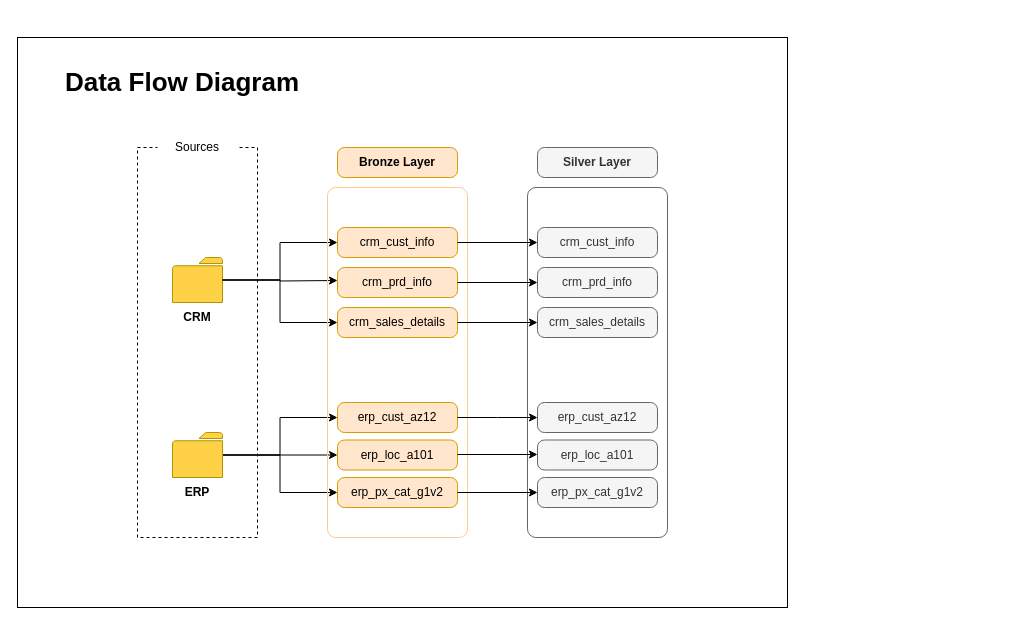
nandanmdata-byte/Sql_Data_WareHouse_Project keeps this draw.io diagram as docs/Data_Flow.drawio. Above is the earlier version. Source tidied: cells renumbered, new cells numbered last; positions are measured from the earlier drawing's top-left corner, leaving out a move shared by most shapes. Both pictures are drawn from the tidied source at 100%, with x=0, y=0 at pixel (17, 37).
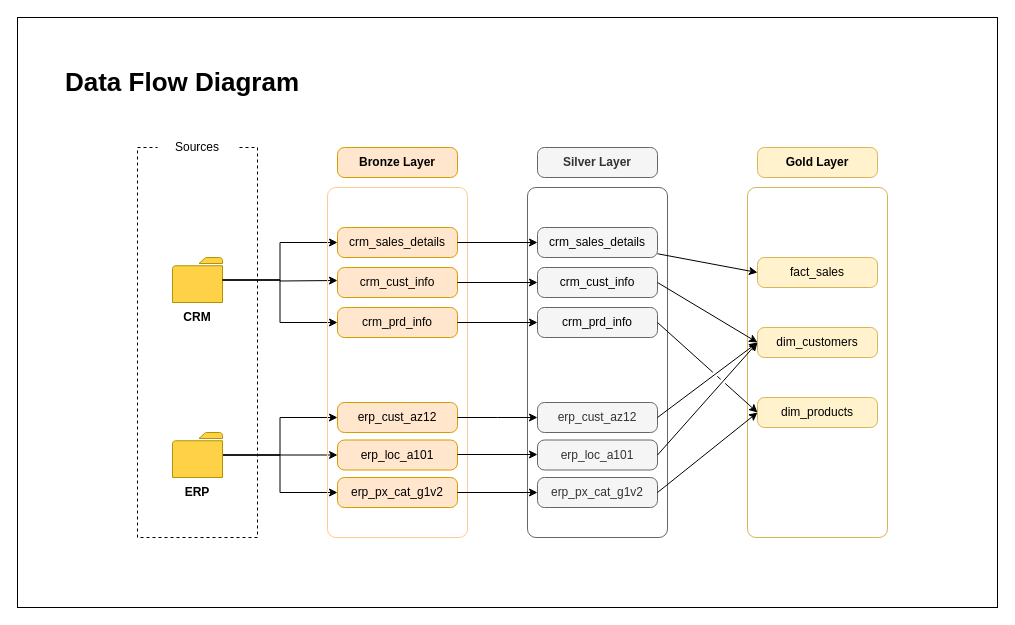
After the change.

Commit message (it also covers changes not shown here):
docs: Added data_model, data_integration_model and updated docs with new and polished diagrams

The change refers to these unchanged cells:
```xml
<mxCell id="15" style="group;" parent="1" vertex="1">
  <mxGeometry x="310" y="110" width="140" height="390" as="geometry" />
</mxCell>
<mxCell id="24" style="group;" parent="1" vertex="1">
  <mxGeometry x="510" y="110" width="140" height="390" as="geometry" />
</mxCell>
<mxCell id="30" value="erp_cust_az12" style="rounded=1;whiteSpace=wrap;html=1;arcSize=23;fillColor=#f5f5f5;strokeColor=#666666;fontColor=#333333;" parent="24" vertex="1">
  <mxGeometry x="10" y="255" width="120" height="30" as="geometry" />
</mxCell>
<mxCell id="31" value="erp_loc_a101" style="rounded=1;whiteSpace=wrap;html=1;arcSize=23;fillColor=#f5f5f5;strokeColor=#666666;fontColor=#333333;" parent="24" vertex="1">
  <mxGeometry x="10" y="292.5" width="120" height="30" as="geometry" />
</mxCell>
<mxCell id="32" value="erp_px_cat_g1v2" style="rounded=1;whiteSpace=wrap;html=1;arcSize=23;fillColor=#f5f5f5;strokeColor=#666666;fontColor=#333333;" parent="24" vertex="1">
  <mxGeometry x="10" y="330" width="120" height="30" as="geometry" />
</mxCell>
```

The edit, as a diff of the source:
```diff
@@
+    <mxCell id="40" style="rounded=0;whiteSpace=wrap;html=1;fillColor=none;" parent="1" vertex="1">
+      <mxGeometry y="-20" width="980" height="590" as="geometry" />
+    </mxCell>
@@
-    <mxCell id="18" value="crm_cust_info" style="rounded=1;whiteSpace=wrap;html=1;arcSize=23;fillColor=#ffe6cc;strokeColor=#d79b00;" parent="15" vertex="1">
+    <mxCell id="18" value="crm_sales_details" style="rounded=1;whiteSpace=wrap;html=1;arcSize=23;fillColor=#ffe6cc;strokeColor=#d79b00;" parent="15" vertex="1">
       <mxGeometry x="10" y="80" width="120" height="30" as="geometry" />
     </mxCell>
-    <mxCell id="19" value="crm_prd_info" style="rounded=1;whiteSpace=wrap;html=1;arcSize=23;fillColor=#ffe6cc;strokeColor=#d79b00;" parent="15" vertex="1">
+    <mxCell id="19" value="crm_cust_info" style="rounded=1;whiteSpace=wrap;html=1;arcSize=23;fillColor=#ffe6cc;strokeColor=#d79b00;" parent="15" vertex="1">
       <mxGeometry x="10" y="120" width="120" height="30" as="geometry" />
     </mxCell>
-    <mxCell id="20" value="crm_sales_details" style="rounded=1;whiteSpace=wrap;html=1;arcSize=23;fillColor=#ffe6cc;strokeColor=#d79b00;" parent="15" vertex="1">
+    <mxCell id="20" value="crm_prd_info" style="rounded=1;whiteSpace=wrap;html=1;arcSize=23;fillColor=#ffe6cc;strokeColor=#d79b00;" parent="15" vertex="1">
       <mxGeometry x="10" y="160" width="120" height="30" as="geometry" />
     </mxCell>
@@
-    <mxCell id="27" value="crm_cust_info" style="rounded=1;whiteSpace=wrap;html=1;arcSize=23;fillColor=#f5f5f5;strokeColor=#666666;fontColor=#333333;" parent="24" vertex="1">
+    <mxCell id="27" value="&lt;span style=&quot;color: rgb(0, 0, 0);&quot;&gt;crm_sales_details&lt;/span&gt;" style="rounded=1;whiteSpace=wrap;html=1;arcSize=23;fillColor=#f5f5f5;strokeColor=#666666;fontColor=#333333;" parent="24" vertex="1">
       <mxGeometry x="10" y="80" width="120" height="30" as="geometry" />
     </mxCell>
-    <mxCell id="28" value="crm_prd_info" style="rounded=1;whiteSpace=wrap;html=1;arcSize=23;fillColor=#f5f5f5;strokeColor=#666666;fontColor=#333333;" parent="24" vertex="1">
+    <mxCell id="28" value="&lt;span style=&quot;color: rgb(0, 0, 0);&quot;&gt;crm_cust_info&lt;/span&gt;" style="rounded=1;whiteSpace=wrap;html=1;arcSize=23;fillColor=#f5f5f5;strokeColor=#666666;fontColor=#333333;" parent="24" vertex="1">
       <mxGeometry x="10" y="120" width="120" height="30" as="geometry" />
     </mxCell>
-    <mxCell id="29" value="crm_sales_details" style="rounded=1;whiteSpace=wrap;html=1;arcSize=23;fillColor=#f5f5f5;strokeColor=#666666;fontColor=#333333;" parent="24" vertex="1">
+    <mxCell id="29" value="&lt;span style=&quot;color: rgb(0, 0, 0);&quot;&gt;crm_prd_info&lt;/span&gt;" style="rounded=1;whiteSpace=wrap;html=1;arcSize=23;fillColor=#f5f5f5;strokeColor=#666666;fontColor=#333333;" parent="24" vertex="1">
       <mxGeometry x="10" y="160" width="120" height="30" as="geometry" />
     </mxCell>
@@
-    <mxCell id="40" style="rounded=0;whiteSpace=wrap;html=1;fillColor=none;" parent="1" vertex="1">
-      <mxGeometry width="770" height="570" as="geometry" />
-    </mxCell>
+    <mxCell id="41" style="group;" parent="1" vertex="1">
+      <mxGeometry x="730" y="110" width="140" height="390" as="geometry" />
+    </mxCell>
+    <mxCell id="42" style="rounded=1;whiteSpace=wrap;html=1;arcSize=6;fillColor=none;strokeColor=#d6b656;" parent="41" vertex="1">
+      <mxGeometry y="40" width="140" height="350" as="geometry" />
+    </mxCell>
+    <mxCell id="43" value="&lt;b&gt;Gold Layer&lt;/b&gt;" style="rounded=1;whiteSpace=wrap;html=1;arcSize=23;fillColor=#fff2cc;strokeColor=#d6b656;" parent="41" vertex="1">
+      <mxGeometry x="10" width="120" height="30" as="geometry" />
+    </mxCell>
+    <mxCell id="44" value="fact_sales" style="rounded=1;whiteSpace=wrap;html=1;arcSize=23;fillColor=#fff2cc;strokeColor=#d6b656;" parent="41" vertex="1">
+      <mxGeometry x="10" y="110" width="120" height="30" as="geometry" />
+    </mxCell>
+    <mxCell id="45" value="dim_customers" style="rounded=1;whiteSpace=wrap;html=1;arcSize=23;fillColor=#fff2cc;strokeColor=#d6b656;" parent="41" vertex="1">
+      <mxGeometry x="10" y="180" width="120" height="30" as="geometry" />
+    </mxCell>
+    <mxCell id="46" value="dim_products" style="rounded=1;whiteSpace=wrap;html=1;arcSize=23;fillColor=#fff2cc;strokeColor=#d6b656;" parent="41" vertex="1">
+      <mxGeometry x="10" y="250" width="120" height="30" as="geometry" />
+    </mxCell>
+    <mxCell id="47" style="rounded=0;jettySize=auto;html=1;entryX=0;entryY=0.5;entryDx=0;entryDy=0;" parent="1" edge="1" source="27" target="44">
+      <mxGeometry relative="1" as="geometry" />
+    </mxCell>
+    <mxCell id="48" style="rounded=0;jettySize=auto;html=1;entryX=0;entryY=0.5;entryDx=0;entryDy=0;jumpStyle=gap;exitX=1;exitY=0.5;exitDx=0;exitDy=0;" parent="1" edge="1" source="28" target="45">
+      <mxGeometry relative="1" as="geometry" />
+    </mxCell>
+    <mxCell id="49" style="rounded=0;jettySize=auto;html=1;entryX=0;entryY=0.5;entryDx=0;entryDy=0;jumpStyle=gap;" parent="1" edge="1" source="30" target="45">
+      <mxGeometry relative="1" as="geometry">
+        <Array as="points">
+          <mxPoint x="640" y="380" />
+        </Array>
+      </mxGeometry>
+    </mxCell>
+    <mxCell id="50" style="rounded=0;jettySize=auto;html=1;entryX=0;entryY=0.5;entryDx=0;entryDy=0;exitX=1;exitY=0.5;exitDx=0;exitDy=0;jumpStyle=gap;" parent="1" edge="1" source="31" target="45">
+      <mxGeometry relative="1" as="geometry" />
+    </mxCell>
+    <mxCell id="51" style="rounded=0;jettySize=auto;html=1;entryX=0;entryY=0.5;entryDx=0;entryDy=0;exitX=1;exitY=0.5;exitDx=0;exitDy=0;jumpStyle=gap;" parent="1" edge="1" source="29" target="46">
+      <mxGeometry relative="1" as="geometry" />
+    </mxCell>
+    <mxCell id="52" style="rounded=0;jettySize=auto;html=1;entryX=0;entryY=0.5;entryDx=0;entryDy=0;exitX=1;exitY=0.5;exitDx=0;exitDy=0;jumpStyle=gap;" parent="1" edge="1" source="32" target="46">
+      <mxGeometry relative="1" as="geometry" />
+    </mxCell>
```
